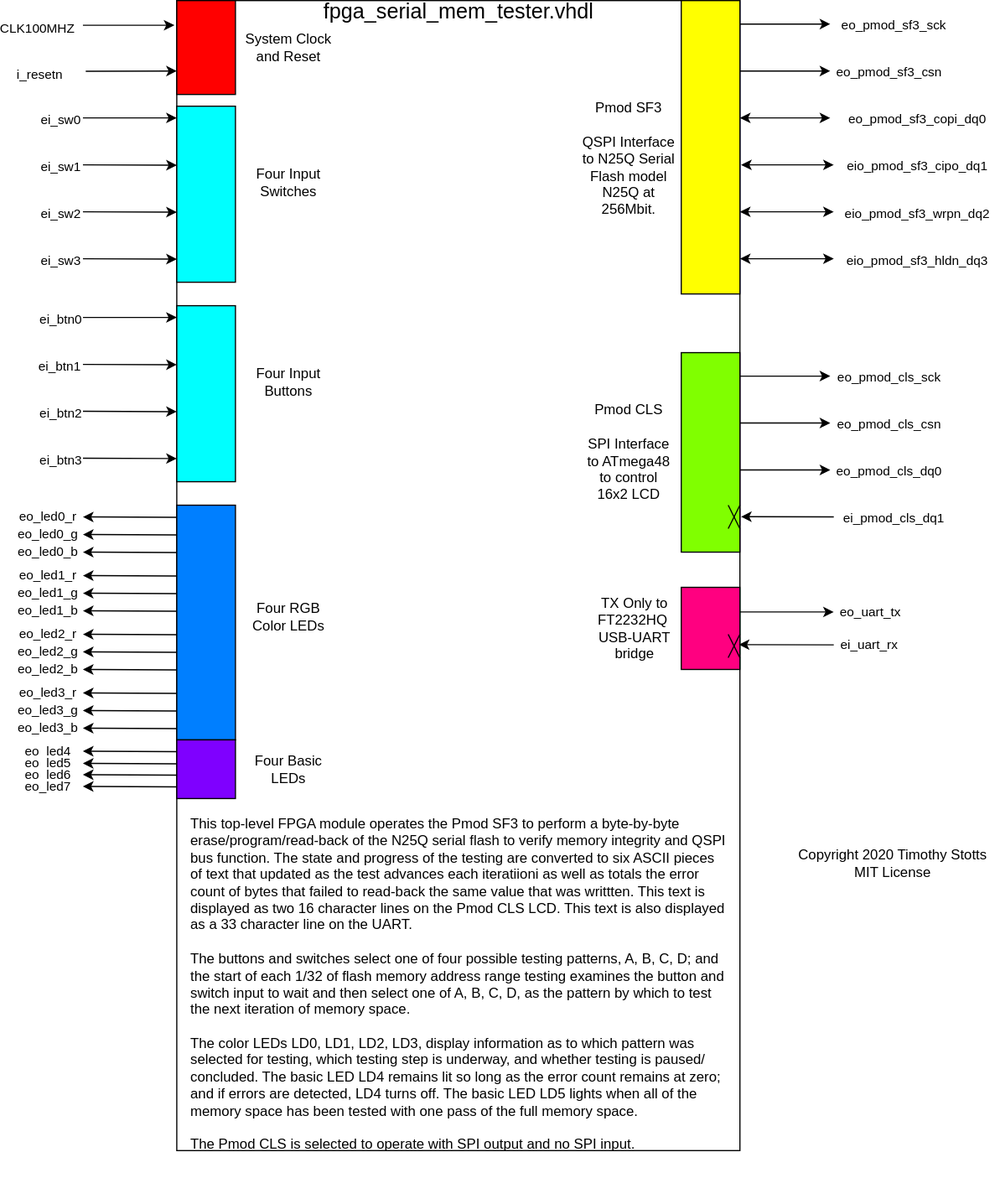
This is SF-Tester-Design-Documents/SF-Tester-Design-Diagrams-Top-Ports.svg from timothystotts/fpga-serial-mem-tester-1, a draw.io export, as it was before one commit. Source tidied: cells renumbered, new cells last; positions are measured from the earlier drawing's top-left corner, leaving out a move shared by most shapes.
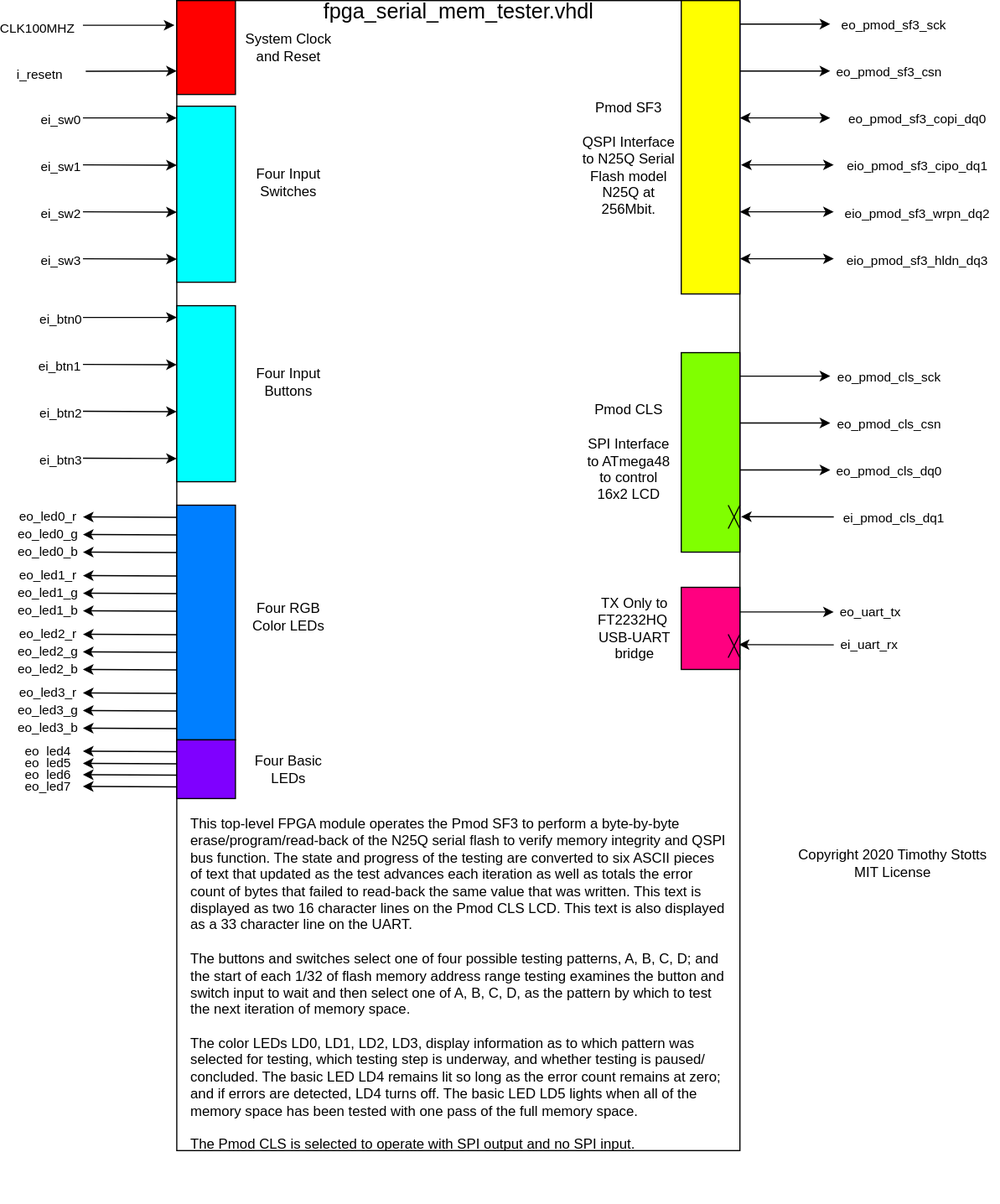
Above is the later version.

Commit message:
The SF Tester Design Document diagrams was updated to Revision 3A with a spelling correction.

The edit, as a diff of the source:
```diff
@@ -449,7 +449,7 @@
     <mxCell id="90" value="Copyright 2020 Timothy Stotts&lt;br&gt;MIT License" style="text;html=1;align=center;verticalAlign=middle;" parent="1" vertex="1">
       <mxGeometry x="600" y="720" width="180" height="30" as="geometry" />
     </mxCell>
-    <mxCell id="91" value="This top-level FPGA module operates the Pmod SF3 to perform a byte-by-byte&lt;br&gt;erase/program/read-back of the N25Q serial flash to verify memory integrity and QSPI&lt;br&gt;bus function. The state and progress of the testing are converted to six ASCII pieces&lt;br&gt;of text that updated as the test advances each iteratiioni as well as totals the error&lt;br&gt;count of bytes that failed to read-back the same value that was writtten. This text is&lt;br&gt;displayed as two 16 character lines on the Pmod CLS LCD. This text is also displayed&lt;br&gt;as a 33 character line on the UART. &lt;br&gt;&lt;br&gt;The buttons and switches select one of four possible testing patterns, A, B, C, D; and&lt;br&gt;the start of each 1/32 of flash memory address range testing examines the button and&lt;br&gt;switch input to wait and then select one of A, B, C, D, as the pattern by which to test&lt;br&gt;the next iteration of memory space.&lt;br&gt;&lt;br&gt;The color LEDs LD0, LD1, LD2, LD3, display information as to which pattern was&lt;br&gt;selected for testing, which testing step is underway, and whether testing is paused/&lt;br&gt;concluded. The basic LED LD4 remains lit so long as the error count remains at zero;&lt;br&gt;and if errors are detected, LD4 turns off. The basic LED LD5 lights when all of the&lt;br&gt;memory space has been tested with one pass of the full memory space.&lt;br&gt;&lt;br&gt;The Pmod CLS is selected to operate with SPI output and no SPI input.&lt;br&gt;&lt;br&gt;&lt;div&gt;&lt;span&gt;&lt;br&gt;&lt;/span&gt;&lt;/div&gt;&lt;div&gt;&lt;br&gt;&lt;/div&gt;" style="text;html=1;align=left;verticalAlign=middle;" parent="1" vertex="1">
+    <mxCell id="91" value="This top-level FPGA module operates the Pmod SF3 to perform a byte-by-byte&lt;br&gt;erase/program/read-back of the N25Q serial flash to verify memory integrity and QSPI&lt;br&gt;bus function. The state and progress of the testing are converted to six ASCII pieces&lt;br&gt;of text that updated as the test advances each iteration as well as totals the error&lt;br&gt;count of bytes that failed to read-back the same value that was written. This text is&lt;br&gt;displayed as two 16 character lines on the Pmod CLS LCD. This text is also displayed&lt;br&gt;as a 33 character line on the UART. &lt;br&gt;&lt;br&gt;The buttons and switches select one of four possible testing patterns, A, B, C, D; and&lt;br&gt;the start of each 1/32 of flash memory address range testing examines the button and&lt;br&gt;switch input to wait and then select one of A, B, C, D, as the pattern by which to test&lt;br&gt;the next iteration of memory space.&lt;br&gt;&lt;br&gt;The color LEDs LD0, LD1, LD2, LD3, display information as to which pattern was&lt;br&gt;selected for testing, which testing step is underway, and whether testing is paused/&lt;br&gt;concluded. The basic LED LD4 remains lit so long as the error count remains at zero;&lt;br&gt;and if errors are detected, LD4 turns off. The basic LED LD5 lights when all of the&lt;br&gt;memory space has been tested with one pass of the full memory space.&lt;br&gt;&lt;br&gt;The Pmod CLS is selected to operate with SPI output and no SPI input.&lt;br&gt;&lt;br&gt;&lt;div&gt;&lt;span&gt;&lt;br&gt;&lt;/span&gt;&lt;/div&gt;&lt;div&gt;&lt;br&gt;&lt;/div&gt;" style="text;html=1;align=left;verticalAlign=middle;" parent="1" vertex="1">
       <mxGeometry x="90" y="695" width="470" height="330" as="geometry" />
     </mxCell>
     <mxCell id="92" style="endArrow=classic;html=1;" parent="1" edge="1">
```
